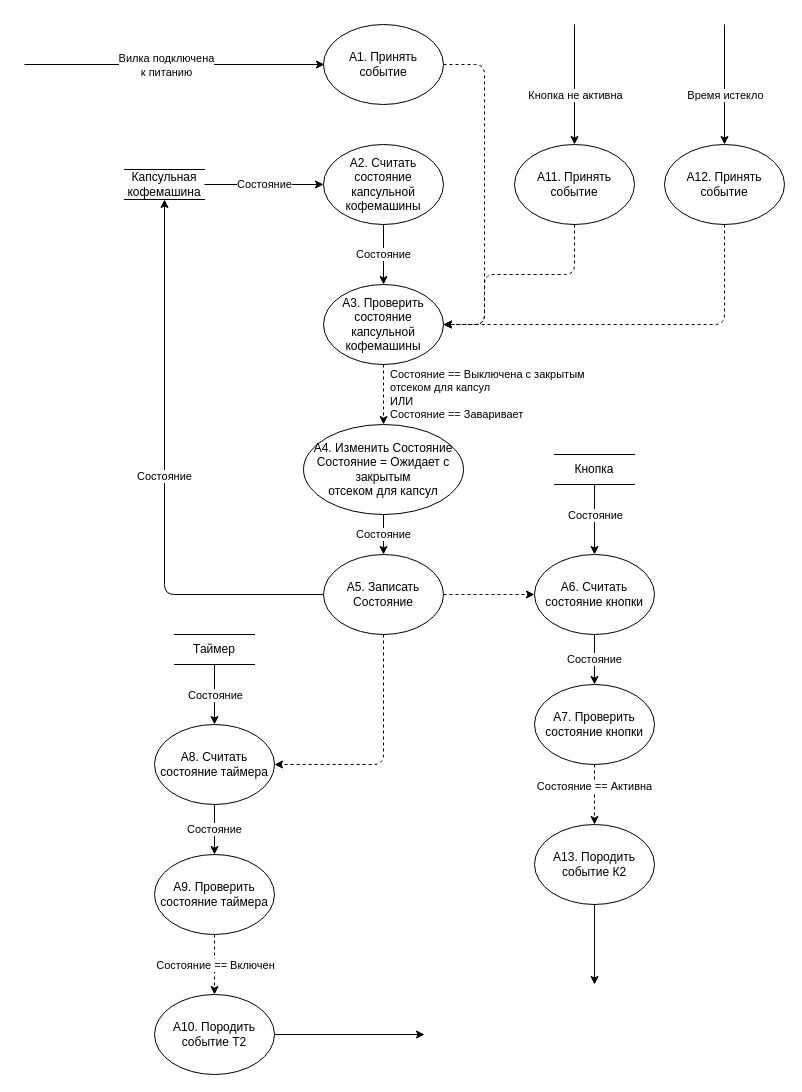
Above: page "ДПДД" (5 of 6) of OOP/5/5.drawio in A-Alaxov/4_sem (draw.io), before the change. Source tidied: cells renumbered, new cells numbered last; positions are measured from the earlier drawing's top-left corner, leaving out a move shared by most shapes. Both pictures are drawn from the tidied source at 100%, with x=0, y=0 at pixel (24, 24).
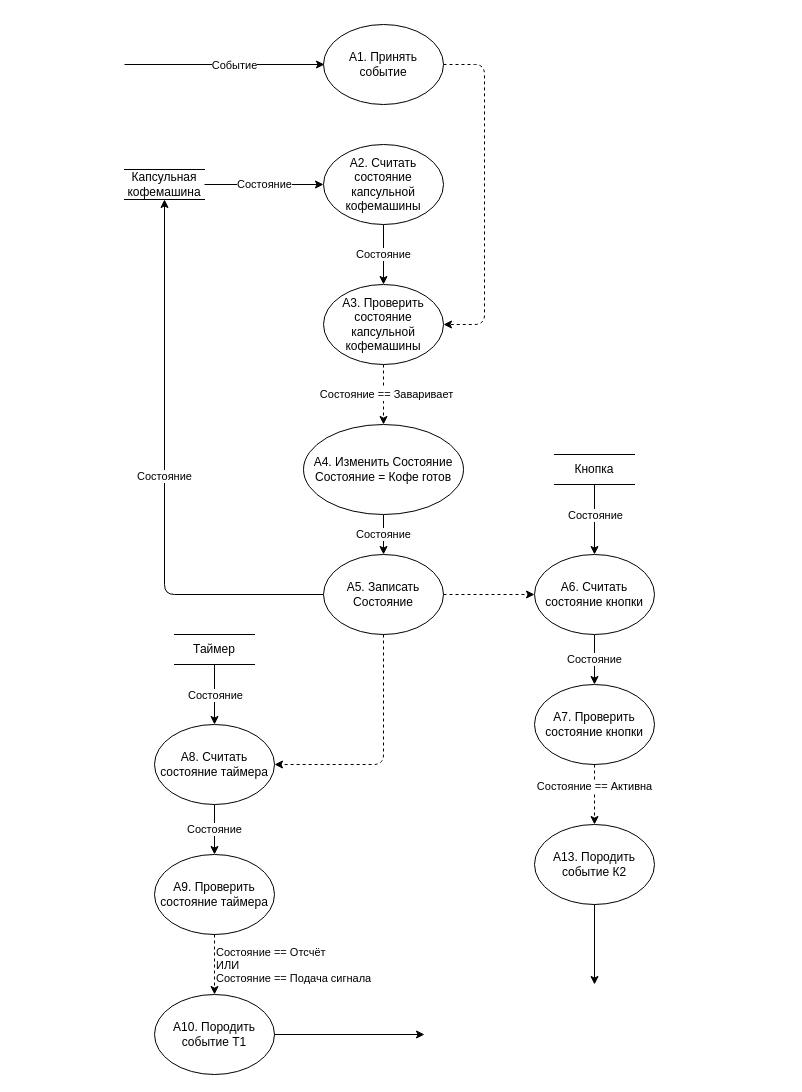
The same page after the edit.

Unchanged cells that the change refers to:
```xml
<mxCell id="5" value="A3. Проверить состояние капсульной кофемашины" style="ellipse;whiteSpace=wrap;html=1;" parent="1" vertex="1">
  <mxGeometry x="299" y="260" width="120" height="80" as="geometry" />
</mxCell>
<mxCell id="38" style="endArrow=classic;html=1;dashed=1;exitX=0.5;exitY=1;exitDx=0;exitDy=0;entryX=0.5;entryY=0;entryDx=0;entryDy=0;" parent="1" edge="1" source="33" target="37">
  <mxGeometry relative="1" as="geometry" />
</mxCell>
```

What changed in the source:
```diff
@@
-    <mxCell id="4" value="Состояние == Выключена с закрытым&lt;br&gt;отсеком для капсул&lt;br&gt;ИЛИ&lt;br&gt;Состояние == Заваривает&lt;br&gt;" style="edgeStyle=orthogonalEdgeStyle;rounded=0;jettySize=auto;exitX=0.5;exitY=1;exitDx=0;exitDy=0;entryX=0.5;entryY=0;entryDx=0;entryDy=0;startArrow=none;startFill=0;endArrow=classic;endFill=1;dashed=1;html=1;labelPosition=right;verticalLabelPosition=middle;align=left;verticalAlign=middle;spacingLeft=5;" parent="1" edge="1" source="5" target="7">
+    <mxCell id="4" value="Состояние ==&amp;nbsp;Заваривает" style="edgeStyle=orthogonalEdgeStyle;rounded=0;jettySize=auto;exitX=0.5;exitY=1;exitDx=0;exitDy=0;entryX=0.5;entryY=0;entryDx=0;entryDy=0;startArrow=none;startFill=0;endArrow=classic;endFill=1;dashed=1;html=1;labelPosition=center;verticalLabelPosition=middle;align=center;verticalAlign=middle;spacingLeft=5;" parent="1" edge="1" source="5" target="7">
       <mxGeometry relative="1" as="geometry" />
     </mxCell>
@@
-    <mxCell id="7" value="A4. Изменить Состояние&lt;br&gt;Состояние = Ожидает с закрытым&lt;br&gt;отсеком для капсул" style="ellipse;whiteSpace=wrap;html=1;verticalAlign=middle;" parent="1" vertex="1">
+    <mxCell id="7" value="A4. Изменить Состояние&lt;br&gt;Состояние =&amp;nbsp;&lt;span&gt;Кофе готов&lt;/span&gt;" style="ellipse;whiteSpace=wrap;html=1;verticalAlign=middle;" parent="1" vertex="1">
       <mxGeometry x="279" y="400" width="160" height="90" as="geometry" />
     </mxCell>
@@
     <mxCell id="13" style="endArrow=classic;html=1;" parent="1" edge="1">
       <mxGeometry relative="1" as="geometry">
-        <mxPoint y="40" as="sourcePoint" />
+        <mxPoint x="100" y="40" as="sourcePoint" />
         <mxPoint x="300" y="40" as="targetPoint" />
       </mxGeometry>
     </mxCell>
-    <mxCell id="14" value="&lt;div&gt;Вилка подключена&lt;/div&gt;&lt;div&gt;к питанию&lt;br&gt;&lt;/div&gt;" style="edgeLabel;html=1;align=center;verticalAlign=middle;" parent="13" vertex="1">
+    <mxCell id="14" value="&lt;div&gt;Событие&lt;/div&gt;" style="edgeLabel;html=1;align=center;verticalAlign=middle;" parent="13" vertex="1">
       <mxGeometry x="-0.37" y="1" relative="1" as="geometry">
         <mxPoint x="46" y="1" as="offset" />
       </mxGeometry>
     </mxCell>
-    <mxCell id="15" value="A11. Принять событие" style="ellipse;whiteSpace=wrap;html=1;" parent="1" vertex="1">
-      <mxGeometry x="490" y="120" width="120" height="80" as="geometry" />
-    </mxCell>
-    <mxCell id="16" value="A12. Принять событие" style="ellipse;whiteSpace=wrap;html=1;" parent="1" vertex="1">
-      <mxGeometry x="640" y="120" width="120" height="80" as="geometry" />
-    </mxCell>
-    <mxCell id="17" style="endArrow=classic;html=1;" parent="1" edge="1">
-      <mxGeometry relative="1" as="geometry">
-        <mxPoint x="550" as="sourcePoint" />
-        <mxPoint x="550" y="120" as="targetPoint" />
-      </mxGeometry>
-    </mxCell>
-    <mxCell id="18" value="Кнопка не активна" style="edgeLabel;html=1;align=center;verticalAlign=middle;" parent="17" vertex="1">
-      <mxGeometry x="-0.39" y="1" relative="1" as="geometry">
-        <mxPoint x="-1" y="33" as="offset" />
-      </mxGeometry>
-    </mxCell>
-    <mxCell id="19" style="endArrow=classic;html=1;entryX=0.5;entryY=0;entryDx=0;entryDy=0;" parent="1" edge="1" target="16">
-      <mxGeometry relative="1" as="geometry">
-        <mxPoint x="700" as="sourcePoint" />
-      </mxGeometry>
-    </mxCell>
-    <mxCell id="20" value="&lt;div&gt;Время истекло&lt;/div&gt;" style="edgeLabel;html=1;align=center;verticalAlign=middle;" parent="19" vertex="1">
-      <mxGeometry x="-0.4" y="-1" relative="1" as="geometry">
-        <mxPoint x="1" y="34" as="offset" />
-      </mxGeometry>
-    </mxCell>
-    <mxCell id="21" style="endArrow=classic;html=1;dashed=1;entryX=1;entryY=0.5;entryDx=0;entryDy=0;edgeStyle=orthogonalEdgeStyle;elbow=vertical;exitX=0.5;exitY=1;exitDx=0;exitDy=0;" parent="1" edge="1" source="15" target="5">
-      <mxGeometry relative="1" as="geometry">
-        <Array as="points">
-          <mxPoint x="550" y="250" />
-          <mxPoint x="460" y="250" />
-          <mxPoint x="460" y="300" />
-        </Array>
-      </mxGeometry>
-    </mxCell>
-    <mxCell id="22" style="endArrow=classic;html=1;dashed=1;exitX=0.5;exitY=1;exitDx=0;exitDy=0;entryX=1;entryY=0.5;entryDx=0;entryDy=0;edgeStyle=orthogonalEdgeStyle;" parent="1" edge="1" source="16" target="5">
-      <mxGeometry relative="1" as="geometry" />
-    </mxCell>
@@
-    <mxCell id="37" value="A10. Породить событие Т2" style="ellipse;whiteSpace=wrap;html=1;" parent="1" vertex="1">
+    <mxCell id="37" value="A10. Породить событие Т1" style="ellipse;whiteSpace=wrap;html=1;" parent="1" vertex="1">
       <mxGeometry x="130" y="970" width="120" height="80" as="geometry" />
     </mxCell>
@@
-    <mxCell id="39" value="&lt;div&gt;Состояние == Включен&lt;/div&gt;" style="edgeLabel;html=1;align=center;verticalAlign=middle;" parent="38" vertex="1">
+    <mxCell id="39" value="&lt;div&gt;Состояние == Отсчёт&lt;br&gt;ИЛИ&lt;br&gt;Состояние == Подача сигнала&lt;/div&gt;" style="edgeLabel;html=1;align=left;verticalAlign=middle;labelPosition=right;verticalLabelPosition=middle;" parent="38" vertex="1">
       <mxGeometry x="-0.37" y="-1" relative="1" as="geometry">
         <mxPoint x="1" y="11" as="offset" />
       </mxGeometry>
     </mxCell>
```
